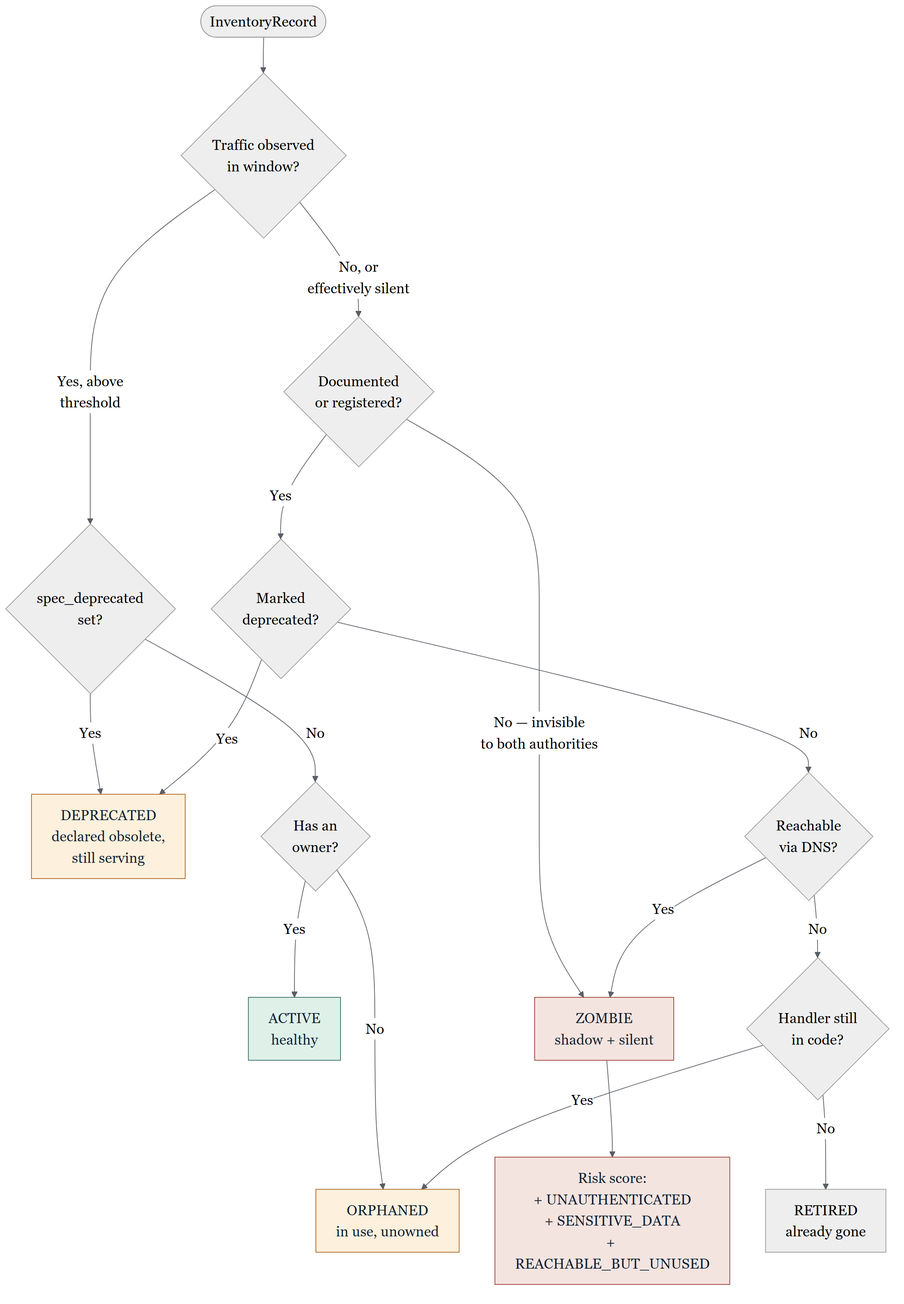
Above: docs/diagrams/decision-tree.png in shivanshjindal28/api-exorcist (Mermaid), before the change. Its source is kept beside it as docs/diagrams/decision-tree.mmd.
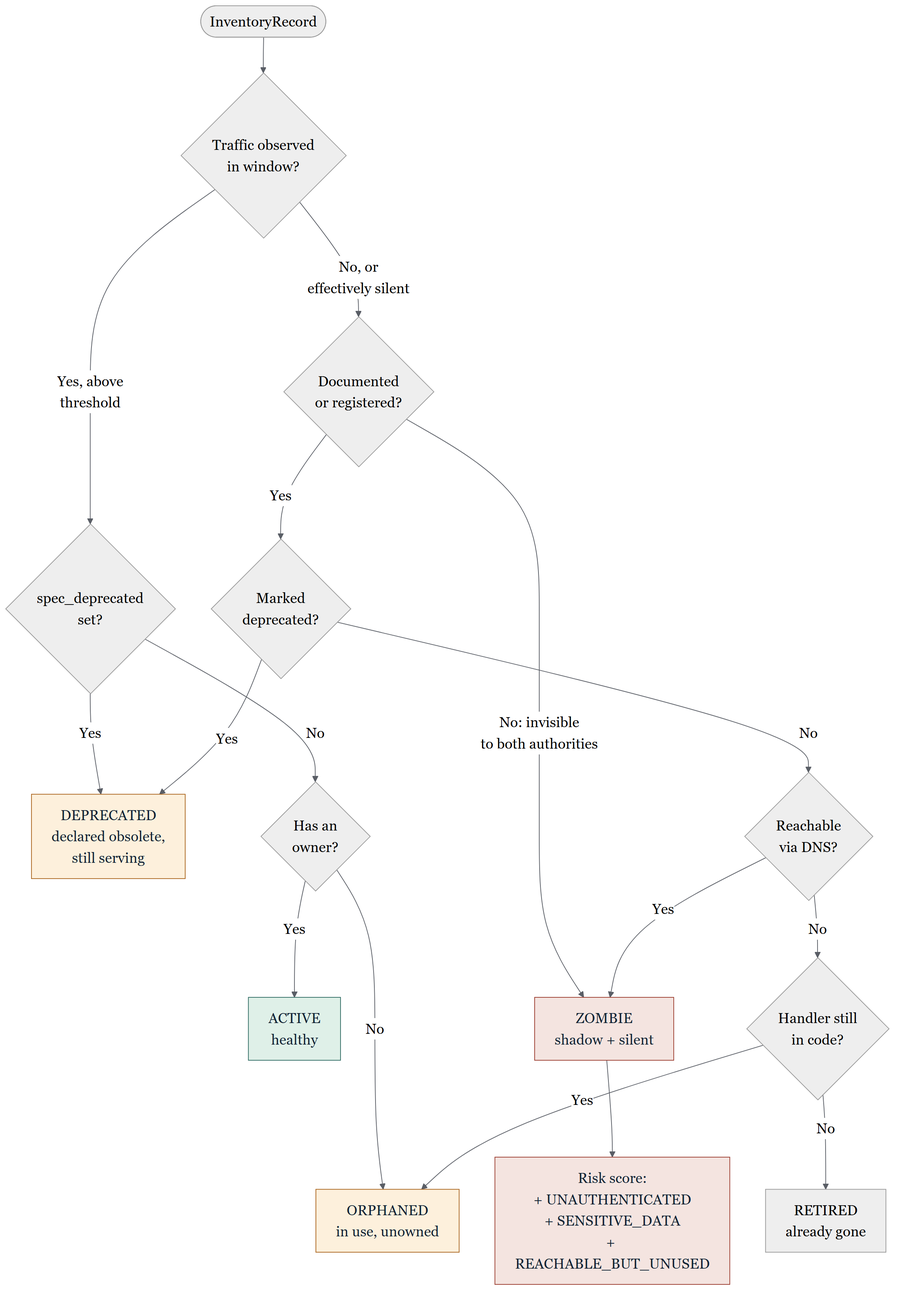
After the change.

Change to the diagram source:
```diff
@@ -11,7 +11,7 @@
     Q4 -->|No| ORP["ORPHANED<br/>in use, unowned"]
 
     Q3 -->|Yes| Q5{"Marked<br/>deprecated?"}
-    Q3 -->|"No — invisible<br/>to both authorities"| ZOM["ZOMBIE<br/>shadow + silent"]
+    Q3 -->|"No: invisible<br/>to both authorities"| ZOM["ZOMBIE<br/>shadow + silent"]
 
     Q5 -->|Yes| DEP
     Q5 -->|No| Q6{"Reachable<br/>via DNS?"}
```
